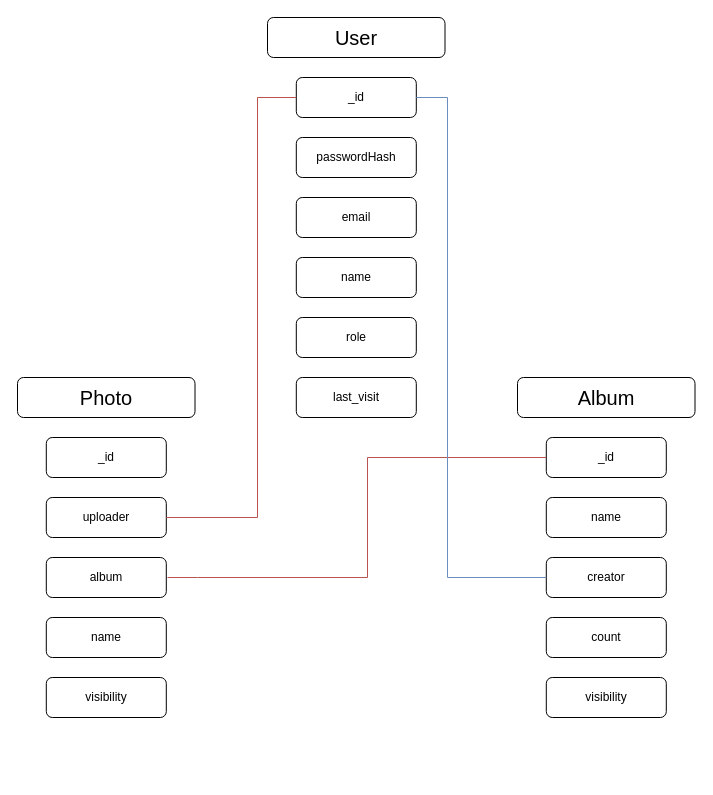
This is albums.drawio from GeorgeShvab/diagrams, a draw.io file, before an edit. Source tidied: cells renumbered, new cells numbered last; positions are measured from the earlier drawing's top-left corner, leaving out a move shared by most shapes. Both pictures are drawn from the tidied source at 100%, with x=0, y=0 at pixel (17, 17).
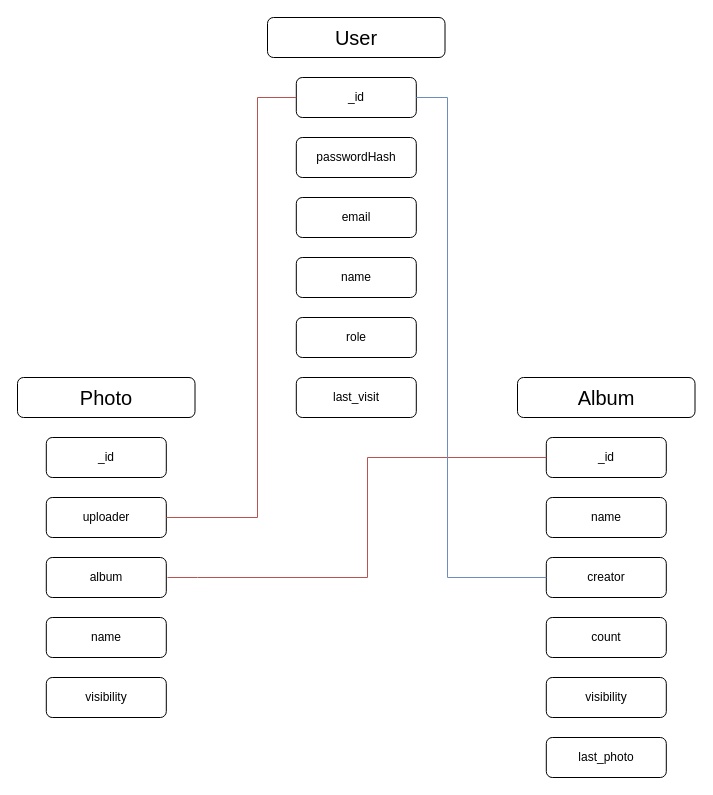
Above is the later version.

Change to the diagram source:
```diff
@@
+    <mxCell id="24" value="&lt;font style=&quot;font-size: 12px;&quot;&gt;last_photo&lt;/font&gt;" style="rounded=1;whiteSpace=wrap;html=1;" parent="1" vertex="1">
+      <mxGeometry x="528.8" y="720" width="120" height="40" as="geometry" />
+    </mxCell>
```
